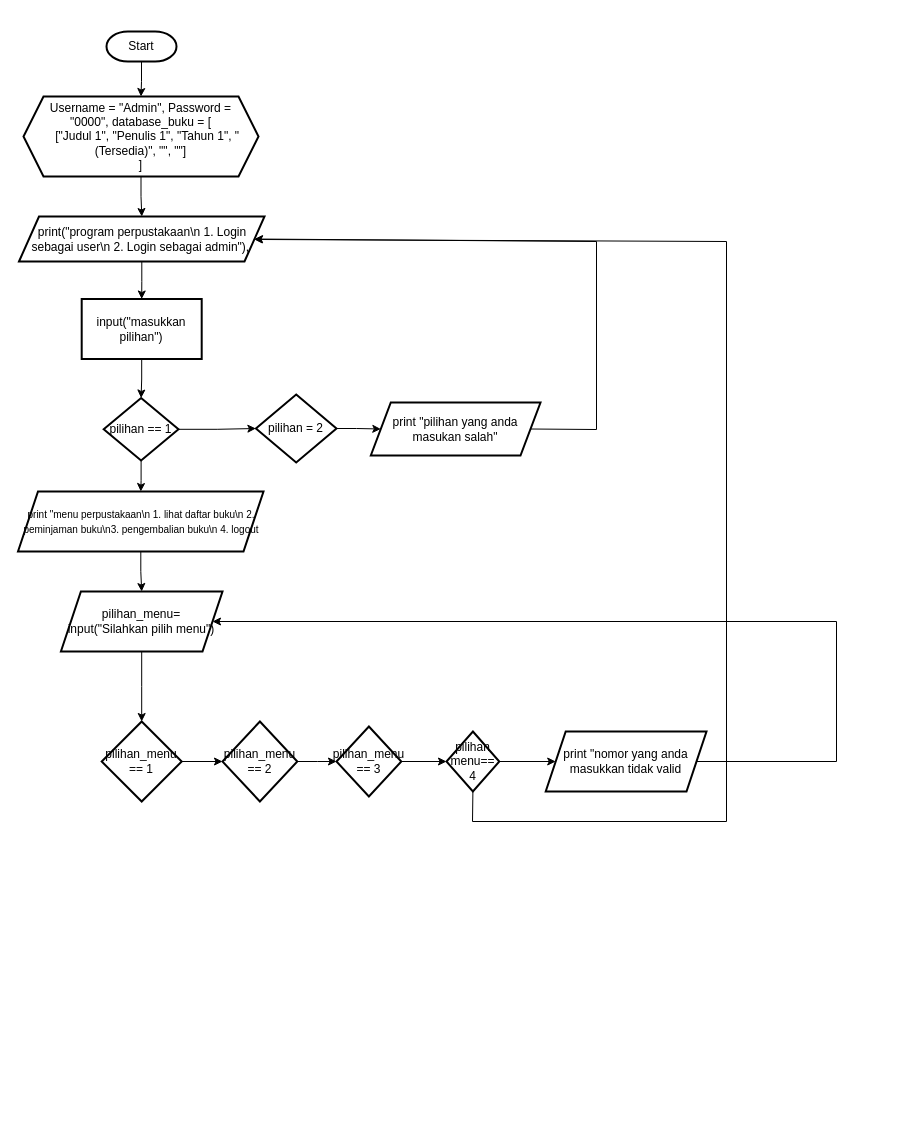
Above: Untitled Diagram.drawio in imxey/Perpustakaan (draw.io), before the change. Source tidied: cells renumbered, new cells numbered last; positions are measured from the earlier drawing's top-left corner, leaving out a move shared by most shapes. Both pictures are drawn from the tidied source at 100%, with x=0, y=0 at pixel (18, 31).
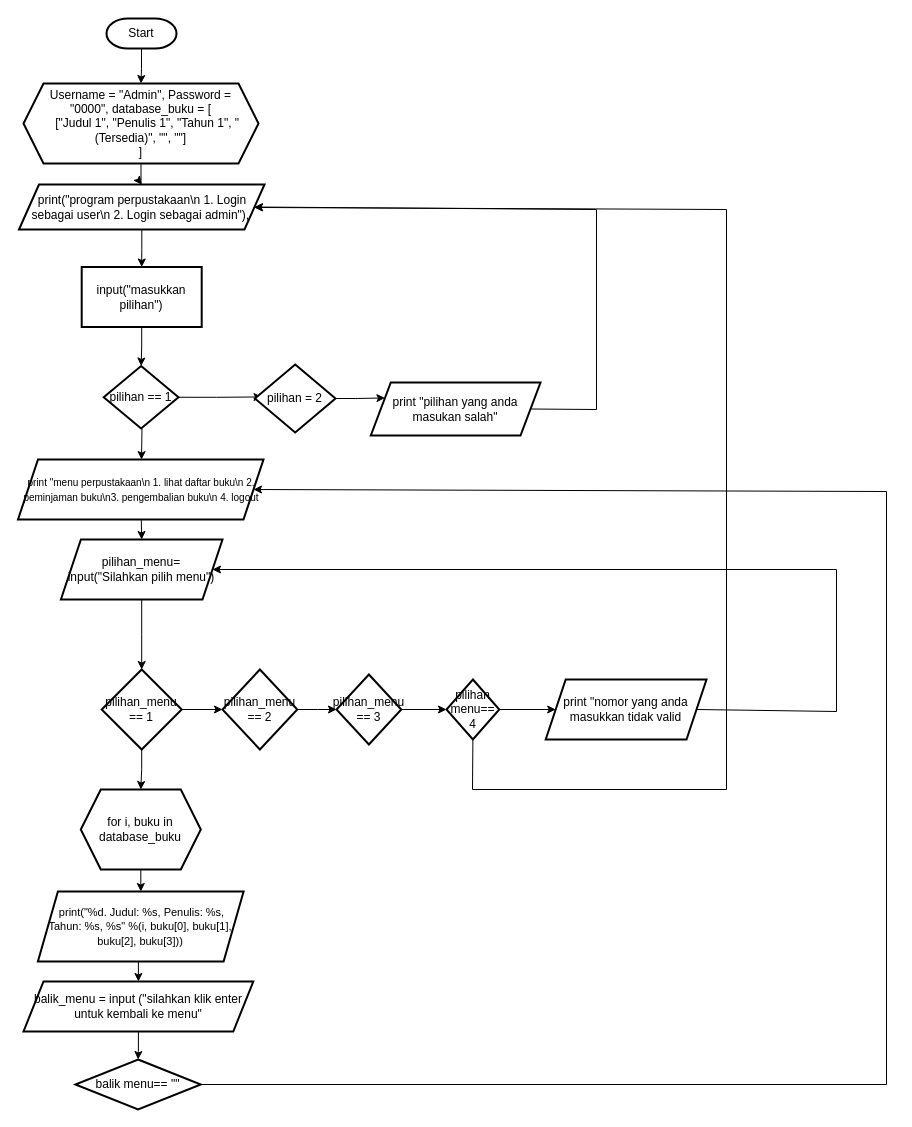
The same page after the edit.

Commit message:
flowchart perpus

Diff of the diagram source:
```diff
@@
     <mxCell id="3" value="Start" style="strokeWidth=2;html=1;shape=mxgraph.flowchart.terminator;whiteSpace=wrap;" parent="1" vertex="1">
-      <mxGeometry x="88" width="70" height="30" as="geometry" />
+      <mxGeometry x="88" y="-13" width="70" height="30" as="geometry" />
     </mxCell>
@@
     <mxCell id="5" value="Username = &quot;Admin&quot;, Password = &quot;0000&quot;,&amp;nbsp;database_buku = [&lt;div&gt;&amp;nbsp; &amp;nbsp; [&quot;Judul 1&quot;, &quot;Penulis 1&quot;, &quot;Tahun 1&quot;, &quot;(Tersedia)&quot;, &quot;&quot;, &quot;&quot;]&lt;/div&gt;&lt;div&gt;]&lt;/div&gt;" style="shape=hexagon;perimeter=hexagonPerimeter2;whiteSpace=wrap;html=1;fixedSize=1;strokeWidth=2;" parent="1" vertex="1">
-      <mxGeometry x="5" y="65" width="235" height="80" as="geometry" />
+      <mxGeometry x="5" y="52" width="235" height="80" as="geometry" />
     </mxCell>
@@
     <mxCell id="7" value="print(&quot;program perpustakaan\n 1. Login sebagai user\n 2. Login sebagai admin&quot;),&amp;nbsp;" style="shape=parallelogram;perimeter=parallelogramPerimeter;whiteSpace=wrap;html=1;fixedSize=1;strokeWidth=2;" parent="1" vertex="1">
-      <mxGeometry x="0.5" y="185" width="245.5" height="45" as="geometry" />
+      <mxGeometry x="0.5" y="153" width="245.5" height="45" as="geometry" />
     </mxCell>
@@
     <mxCell id="9" value="input(&quot;masukkan pilihan&quot;)" style="whiteSpace=wrap;html=1;strokeWidth=2;" parent="1" vertex="1">
-      <mxGeometry x="63.2" y="267.5" width="120" height="60" as="geometry" />
+      <mxGeometry x="63.2" y="235.5" width="120" height="60" as="geometry" />
     </mxCell>
-    <mxCell id="10" style="edgeStyle=orthogonalEdgeStyle;rounded=0;jettySize=auto;html=1;" parent="1" edge="1" source="12" target="14">
+    <mxCell id="10" style="edgeStyle=orthogonalEdgeStyle;rounded=0;jettySize=auto;html=1;exitX=1;exitY=0.5;exitDx=0;exitDy=0;entryX=0.088;entryY=0.477;entryDx=0;entryDy=0;entryPerimeter=0;" parent="1" edge="1" source="12" target="14">
       <mxGeometry relative="1" as="geometry" />
     </mxCell>
-    <mxCell id="11" style="edgeStyle=orthogonalEdgeStyle;rounded=0;jettySize=auto;html=1;" parent="1" edge="1" source="12" target="18">
-      <mxGeometry relative="1" as="geometry" />
+    <mxCell id="11" style="edgeStyle=orthogonalEdgeStyle;rounded=0;orthogonalLoop=1;jettySize=auto;html=1;" parent="1" edge="1">
+      <mxGeometry relative="1" as="geometry">
+        <mxPoint x="123.5" y="397" as="sourcePoint" />
+        <mxPoint x="123" y="428.1" as="targetPoint" />
+      </mxGeometry>
     </mxCell>
     <mxCell id="12" value="pilihan == 1" style="rhombus;whiteSpace=wrap;html=1;strokeWidth=2;" parent="1" vertex="1">
-      <mxGeometry x="85.2" y="366.5" width="74.8" height="62.5" as="geometry" />
+      <mxGeometry x="85.2" y="334.5" width="74.8" height="62.5" as="geometry" />
     </mxCell>
-    <mxCell id="13" style="edgeStyle=orthogonalEdgeStyle;rounded=0;jettySize=auto;html=1;" parent="1" edge="1" source="14" target="15">
+    <mxCell id="13" style="edgeStyle=orthogonalEdgeStyle;rounded=0;jettySize=auto;html=1;exitX=1;exitY=0.5;exitDx=0;exitDy=0;entryX=0;entryY=0.25;entryDx=0;entryDy=0;" parent="1" edge="1" source="14" target="15">
       <mxGeometry relative="1" as="geometry" />
     </mxCell>
     <mxCell id="14" value="pilihan = 2" style="rhombus;whiteSpace=wrap;html=1;strokeWidth=2;" parent="1" vertex="1">
-      <mxGeometry x="237.4" y="363" width="80.6" height="68" as="geometry" />
+      <mxGeometry x="236.4" y="333" width="80.6" height="68" as="geometry" />
     </mxCell>
     <mxCell id="15" value="print &quot;pilihan yang anda masukan salah&quot;" style="shape=parallelogram;perimeter=parallelogramPerimeter;whiteSpace=wrap;html=1;fixedSize=1;strokeWidth=2;" parent="1" vertex="1">
-      <mxGeometry x="352.3" y="371" width="169.7" height="53" as="geometry" />
+      <mxGeometry x="352.3" y="351" width="169.7" height="53" as="geometry" />
     </mxCell>
     <mxCell id="16" style="endArrow=classic;html=1;rounded=0;exitX=1;exitY=0.5;exitDx=0;exitDy=0;entryX=1;entryY=0.5;entryDx=0;entryDy=0;" parent="1" edge="1" source="15" target="7">
       <mxGeometry relative="1" as="geometry">
         <Array as="points">
-          <mxPoint x="578" y="398" />
-          <mxPoint x="578" y="210" />
+          <mxPoint x="578" y="378" />
+          <mxPoint x="578" y="178" />
         </Array>
       </mxGeometry>
     </mxCell>
-    <mxCell id="17" style="edgeStyle=orthogonalEdgeStyle;rounded=0;jettySize=auto;html=1;" parent="1" edge="1" source="18" target="20">
-      <mxGeometry relative="1" as="geometry" />
+    <mxCell id="17" style="edgeStyle=orthogonalEdgeStyle;rounded=0;jettySize=auto;html=1;" parent="1" edge="1" target="20">
+      <mxGeometry relative="1" as="geometry">
+        <mxPoint x="122.3" y="468" as="sourcePoint" />
+      </mxGeometry>
     </mxCell>
     <mxCell id="18" value="&lt;font style=&quot;font-size: 10px;&quot;&gt;print &quot;menu perpustakaan\n 1. lihat daftar buku\n 2. peminjaman buku\n3. pengembalian buku\n 4. logout&lt;/font&gt;" style="shape=parallelogram;perimeter=parallelogramPerimeter;whiteSpace=wrap;html=1;fixedSize=1;strokeWidth=2;" parent="1" vertex="1">
-      <mxGeometry x="-0.5" y="460" width="245.5" height="60" as="geometry" />
+      <mxGeometry x="-0.5" y="428" width="245.5" height="60" as="geometry" />
     </mxCell>
@@
     <mxCell id="20" value="pilihan_menu= input(&quot;Silahkan pilih menu&quot;)" style="shape=parallelogram;perimeter=parallelogramPerimeter;whiteSpace=wrap;html=1;fixedSize=1;strokeWidth=2;" parent="1" vertex="1">
-      <mxGeometry x="42.4" y="560" width="161.6" height="60" as="geometry" />
+      <mxGeometry x="42.4" y="508" width="161.6" height="60" as="geometry" />
     </mxCell>
@@
+    <mxCell id="32" style="edgeStyle=orthogonalEdgeStyle;rounded=0;jettySize=auto;html=1;" parent="1" edge="1" source="22" target="34">
+      <mxGeometry relative="1" as="geometry" />
+    </mxCell>
     <mxCell id="22" value="pilihan_menu == 1" style="rhombus;whiteSpace=wrap;html=1;strokeWidth=2;" parent="1" vertex="1">
-      <mxGeometry x="83.2" y="690" width="80" height="80" as="geometry" />
+      <mxGeometry x="83.2" y="638" width="80" height="80" as="geometry" />
     </mxCell>
@@
     <mxCell id="24" value="pilihan_menu == 2" style="rhombus;whiteSpace=wrap;html=1;strokeWidth=2;" parent="1" vertex="1">
-      <mxGeometry x="204" y="690" width="74.8" height="80" as="geometry" />
+      <mxGeometry x="204" y="638" width="74.8" height="80" as="geometry" />
     </mxCell>
@@
     <mxCell id="26" value="pilihan_menu == 3" style="rhombus;whiteSpace=wrap;html=1;strokeWidth=2;" parent="1" vertex="1">
-      <mxGeometry x="318" y="695" width="64.8" height="70" as="geometry" />
+      <mxGeometry x="318" y="643" width="64.8" height="70" as="geometry" />
     </mxCell>
@@
     <mxCell id="28" value="pilihan menu== 4" style="rhombus;whiteSpace=wrap;html=1;strokeWidth=2;" parent="1" vertex="1">
-      <mxGeometry x="428" y="700" width="52.8" height="60" as="geometry" />
+      <mxGeometry x="428" y="648" width="52.8" height="60" as="geometry" />
     </mxCell>
     <mxCell id="29" value="print &quot;nomor yang anda masukkan tidak valid" style="shape=parallelogram;perimeter=parallelogramPerimeter;whiteSpace=wrap;html=1;fixedSize=1;strokeWidth=2;" parent="1" vertex="1">
-      <mxGeometry x="527.2" y="700" width="160.8" height="60" as="geometry" />
+      <mxGeometry x="527.2" y="648" width="160.8" height="60" as="geometry" />
     </mxCell>
     <mxCell id="30" style="endArrow=classic;html=1;rounded=0;exitX=1;exitY=0.5;exitDx=0;exitDy=0;entryX=1;entryY=0.5;entryDx=0;entryDy=0;" parent="1" edge="1" source="29" target="20">
       <mxGeometry relative="1" as="geometry">
         <Array as="points">
-          <mxPoint x="818" y="730" />
-          <mxPoint x="818" y="590" />
+          <mxPoint x="818" y="680" />
+          <mxPoint x="818" y="538" />
         </Array>
       </mxGeometry>
     </mxCell>
     <mxCell id="31" style="endArrow=classic;html=1;rounded=0;exitX=0.5;exitY=1;exitDx=0;exitDy=0;" parent="1" edge="1" source="28" target="7">
       <mxGeometry relative="1" as="geometry">
         <Array as="points">
-          <mxPoint x="454" y="790" />
-          <mxPoint x="708" y="790" />
-          <mxPoint x="708" y="210" />
+          <mxPoint x="454" y="758" />
+          <mxPoint x="708" y="758" />
+          <mxPoint x="708" y="178" />
         </Array>
       </mxGeometry>
     </mxCell>
+    <mxCell id="33" style="edgeStyle=orthogonalEdgeStyle;rounded=0;jettySize=auto;html=1;" parent="1" edge="1" source="34" target="36">
+      <mxGeometry relative="1" as="geometry" />
+    </mxCell>
+    <mxCell id="34" value="for i, buku in database_buku" style="shape=hexagon;perimeter=hexagonPerimeter2;whiteSpace=wrap;html=1;fixedSize=1;strokeWidth=2;" parent="1" vertex="1">
+      <mxGeometry x="62.3" y="758" width="120" height="80" as="geometry" />
+    </mxCell>
+    <mxCell id="35" style="edgeStyle=orthogonalEdgeStyle;rounded=0;jettySize=auto;html=1;exitX=0.5;exitY=1;exitDx=0;exitDy=0;entryX=0.5;entryY=0;entryDx=0;entryDy=0;" parent="1" edge="1" source="36" target="38">
+      <mxGeometry relative="1" as="geometry" />
+    </mxCell>
+    <mxCell id="36" value="&lt;font style=&quot;font-size: 11px;&quot;&gt;&amp;nbsp;print(&quot;%d. Judul: %s, Penulis: %s, Tahun: %s, %s&quot; %(i, buku[0], buku[1], buku[2], buku[3]))&lt;/font&gt;" style="shape=parallelogram;perimeter=parallelogramPerimeter;whiteSpace=wrap;html=1;fixedSize=1;strokeWidth=2;" parent="1" vertex="1">
+      <mxGeometry x="19.4" y="860" width="205.7" height="70" as="geometry" />
+    </mxCell>
+    <mxCell id="37" style="edgeStyle=orthogonalEdgeStyle;rounded=0;jettySize=auto;html=1;" parent="1" edge="1" source="38" target="39">
+      <mxGeometry relative="1" as="geometry" />
+    </mxCell>
+    <mxCell id="38" value="balik_menu = input (&quot;silahkan klik enter untuk kembali ke menu&quot;" style="shape=parallelogram;perimeter=parallelogramPerimeter;whiteSpace=wrap;html=1;fixedSize=1;strokeWidth=2;" parent="1" vertex="1">
+      <mxGeometry x="5" y="950" width="229.8" height="50" as="geometry" />
+    </mxCell>
+    <mxCell id="39" value="balik menu== &quot;&quot;" style="rhombus;whiteSpace=wrap;html=1;strokeWidth=2;" parent="1" vertex="1">
+      <mxGeometry x="56.9" y="1028" width="125.4" height="50" as="geometry" />
+    </mxCell>
+    <mxCell id="40" style="endArrow=classic;html=1;rounded=0;exitX=1;exitY=0.5;exitDx=0;exitDy=0;entryX=1;entryY=0.5;entryDx=0;entryDy=0;" parent="1" edge="1" source="39" target="18">
+      <mxGeometry relative="1" as="geometry">
+        <Array as="points">
+          <mxPoint x="868" y="1053" />
+          <mxPoint x="868" y="460" />
+        </Array>
+      </mxGeometry>
+    </mxCell>
```
